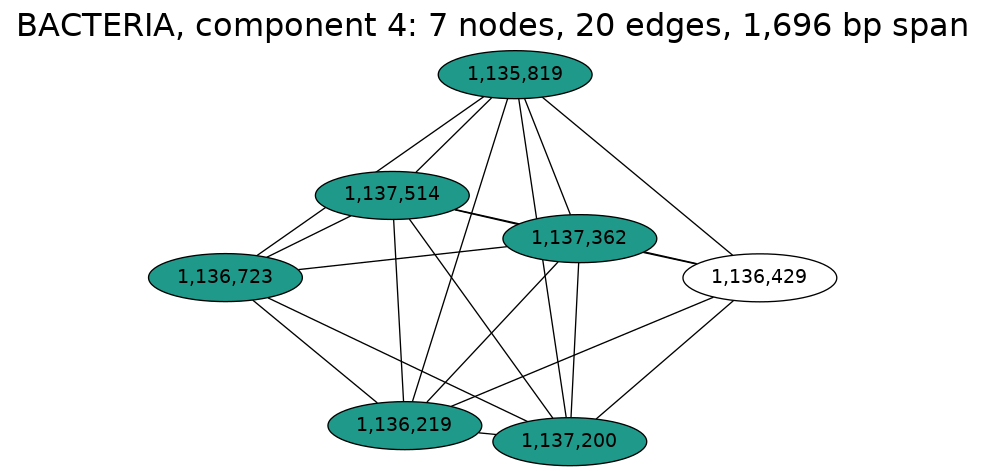
Above: notebooks/graphs/BACTERIA_cc4.png in fedarko/sheepgut (Graphviz), before the change. Its source is kept beside it as notebooks/graphs/BACTERIA_cc4.gv.
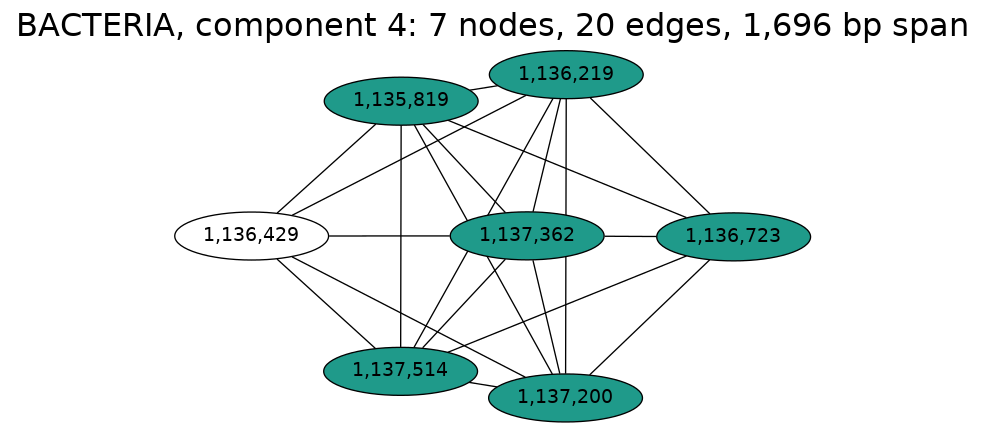
The same file after the commit.

Change to the diagram source:
```diff
@@ -5,13 +5,13 @@
 	label="BACTERIA, component 4: 7 nodes, 20 edges, 1,696 bp span";
 	labelloc="t";
 	fontsize=24;
-	"1,137,514" [fillcolor="#1f9a8a", fontcolor="#000000"];
 	"1,135,819" [fillcolor="#1f9a8a", fontcolor="#000000"];
+	"1,136,219" [fillcolor="#1f9a8a", fontcolor="#000000"];
 	"1,136,429" [fillcolor="#ffffff", fontcolor="#000000"];
+	"1,136,723" [fillcolor="#1f9a8a", fontcolor="#000000"];
 	"1,137,200" [fillcolor="#1f9a8a", fontcolor="#000000"];
 	"1,137,362" [fillcolor="#1f9a8a", fontcolor="#000000"];
-	"1,136,723" [fillcolor="#1f9a8a", fontcolor="#000000"];
-	"1,136,219" [fillcolor="#1f9a8a", fontcolor="#000000"];
+	"1,137,514" [fillcolor="#1f9a8a", fontcolor="#000000"];
 	"1,137,514" -- "1,135,819";
 	"1,137,514" -- "1,136,219";
 	"1,137,514" -- "1,136,429";
```
